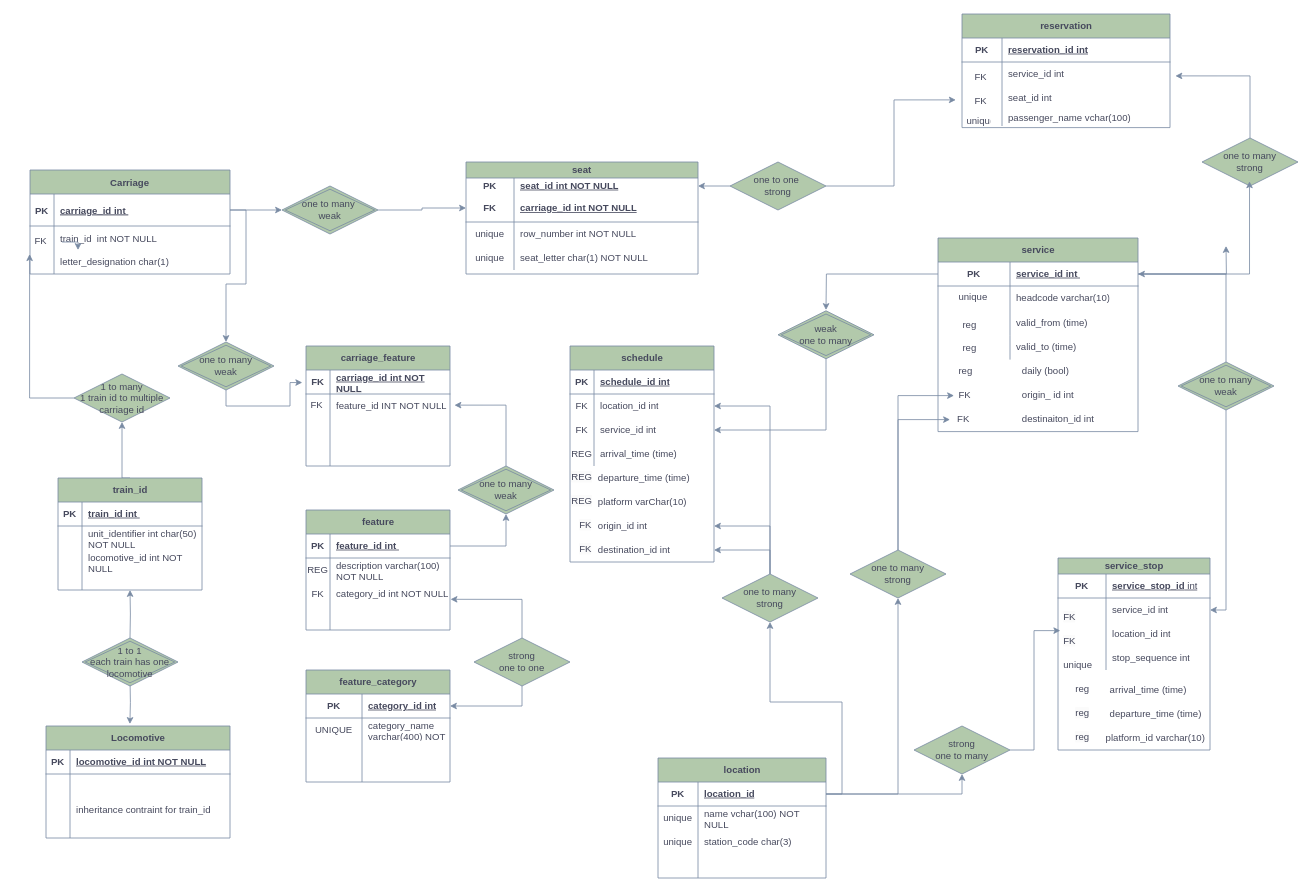
This is Untitled Diagram.drawio from emmiedrummondtextiles/CS5014_P1, a draw.io file, before an edit. Source tidied: cells renumbered, new cells numbered last; positions are measured from the earlier drawing's top-left corner, leaving out a move shared by most shapes. Both pictures are drawn from the tidied source at 80%, with x=0, y=0 at pixel (30, 14).
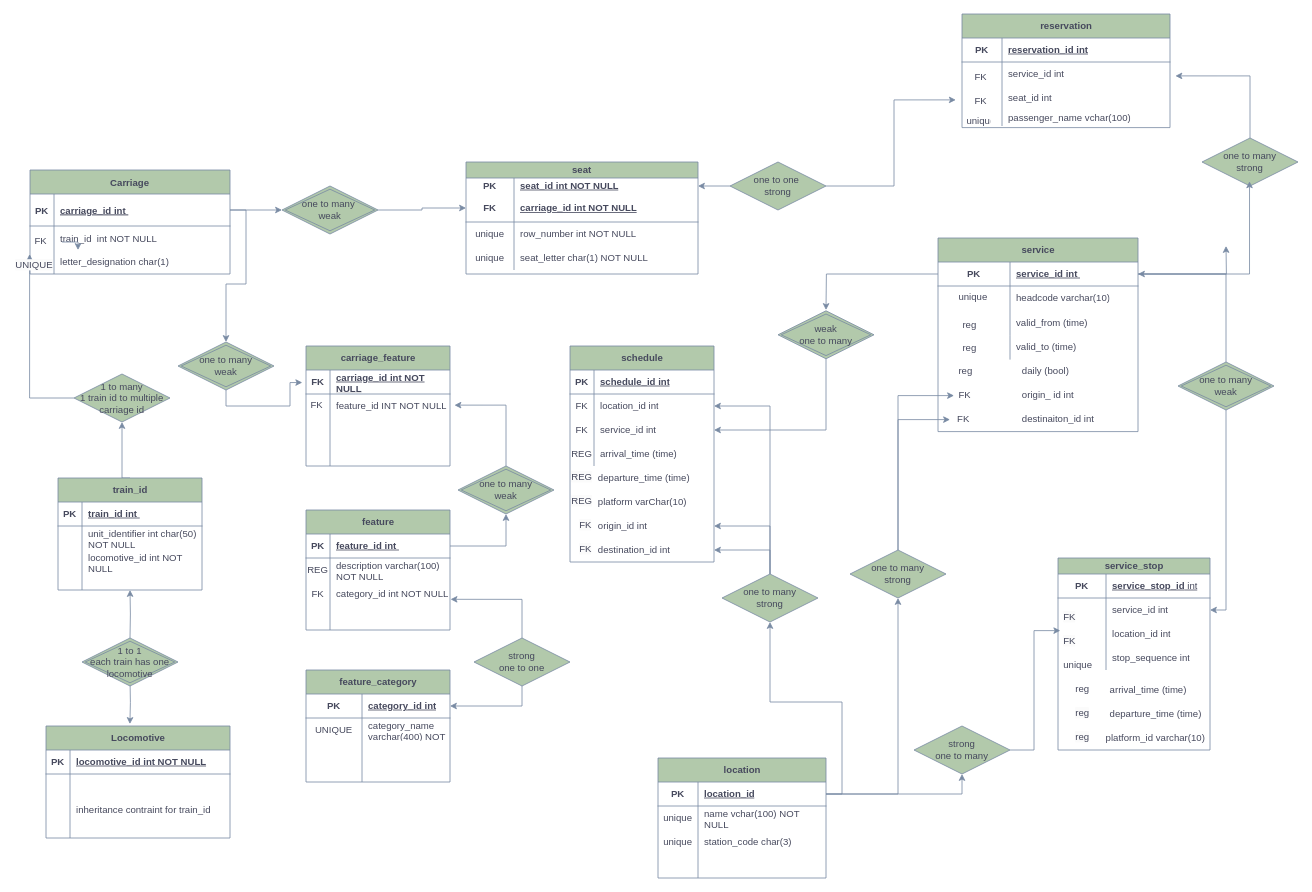
The same page after the edit.

Change to the diagram source:
```diff
@@
+    <mxCell id="233" value="&lt;span style=&quot;color: rgb(70, 73, 93); font-family: Helvetica; font-size: 12px; font-style: normal; font-variant-ligatures: normal; font-variant-caps: normal; font-weight: 400; letter-spacing: normal; orphans: 2; text-align: center; text-indent: 0px; text-transform: none; widows: 2; word-spacing: 0px; -webkit-text-stroke-width: 0px; white-space: normal; background-color: rgb(251, 251, 251); text-decoration-thickness: initial; text-decoration-style: initial; text-decoration-color: initial; display: inline !important; float: none;&quot;&gt;UNIQUE&lt;/span&gt;" style="text;whiteSpace=wrap;html=1;fontColor=#46495D;" parent="1" vertex="1">
+      <mxGeometry x="-20" y="300" width="80" height="40" as="geometry" />
+    </mxCell>
```
